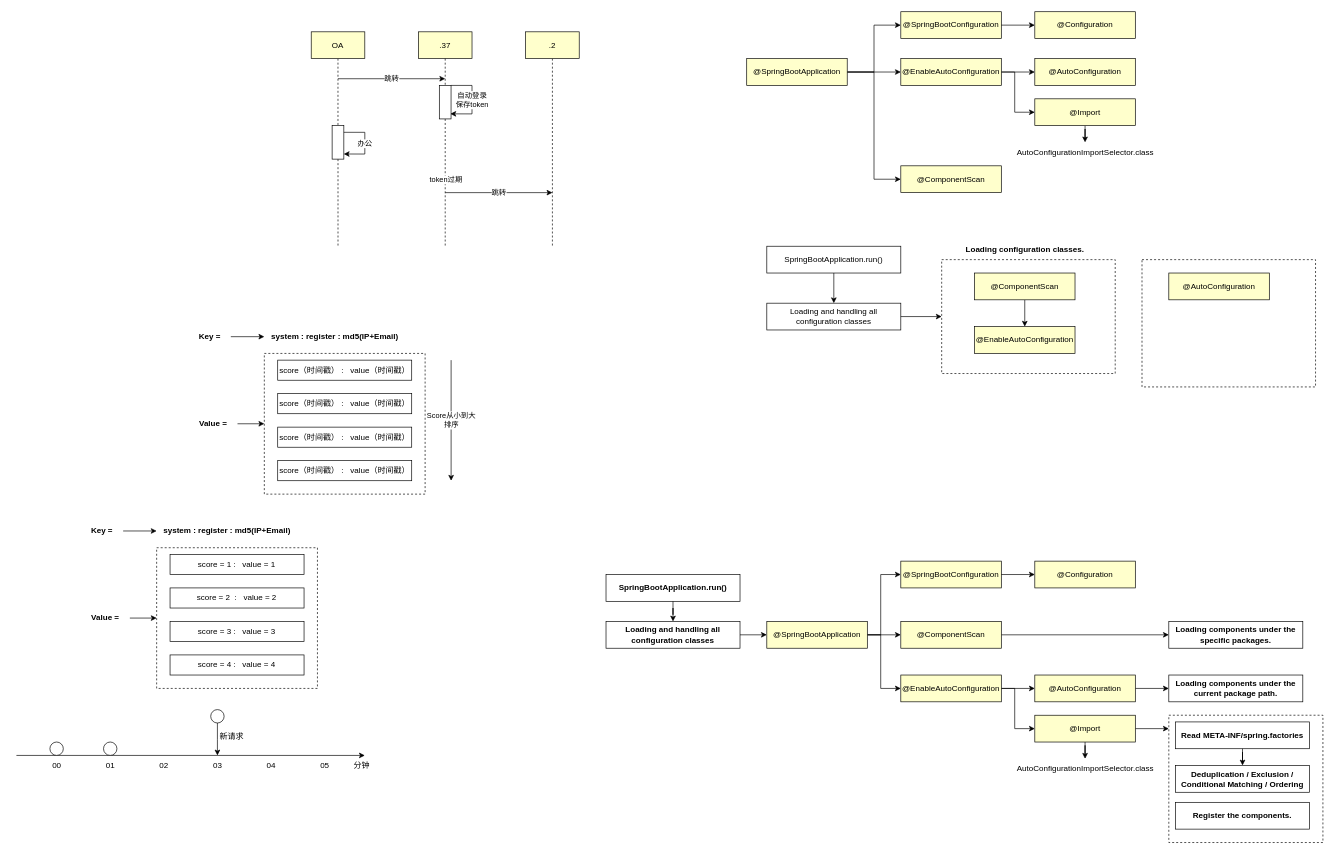
Above: drawio/architecture.drawio in RainbowJier/GeneralLoginModule (draw.io), before the change. Source tidied: cells renumbered, new cells numbered last; positions are measured from the earlier drawing's top-left corner, leaving out a move shared by most shapes. Both pictures are drawn from the tidied source at 67%, with x=0, y=0 at pixel (16, 11).
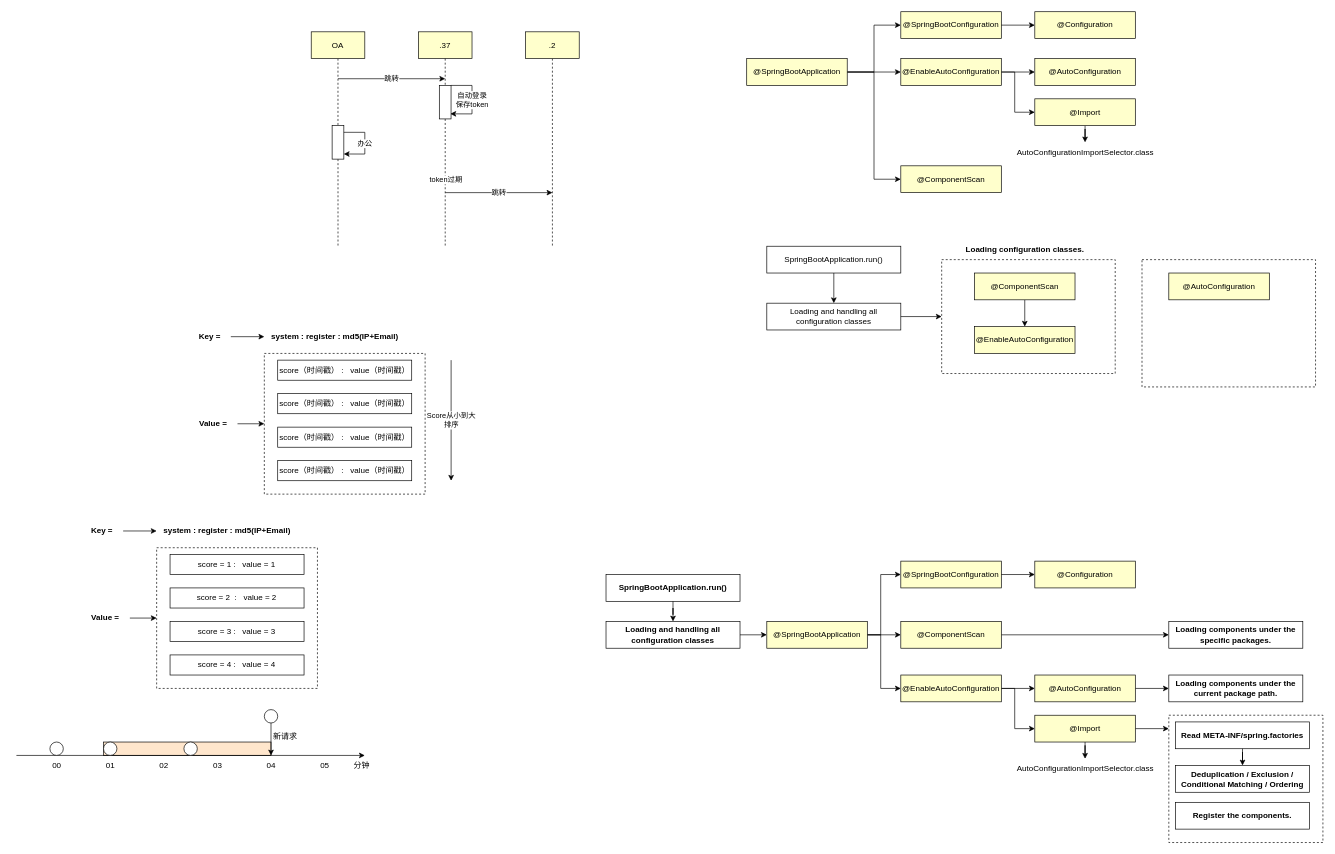
After the change.

Change to the diagram source:
```diff
@@
+    <mxCell id="106" style="rounded=0;whiteSpace=wrap;html=1;fillColor=#FFE6CC;" parent="1" vertex="1">
+      <mxGeometry x="130" y="1090" width="250" height="20" as="geometry" />
+    </mxCell>
@@
     <mxCell id="102" style="ellipse;whiteSpace=wrap;html=1;" parent="1" vertex="1">
-      <mxGeometry x="290" y="1041.6" width="20" height="20" as="geometry" />
+      <mxGeometry x="370" y="1041.6" width="20" height="20" as="geometry" />
     </mxCell>
     <mxCell id="103" style="edgeStyle=orthogonalEdgeStyle;rounded=0;jettySize=auto;html=1;entryX=0.482;entryY=-0.052;entryDx=0;entryDy=0;entryPerimeter=0;" parent="1" edge="1" source="102">
       <mxGeometry relative="1" as="geometry">
-        <mxPoint x="300" y="1110" as="targetPoint" />
+        <mxPoint x="380" y="1110" as="targetPoint" />
       </mxGeometry>
     </mxCell>
     <mxCell id="104" value="新请求" style="text;html=1;align=center;verticalAlign=middle;strokeColor=none;fillColor=none;" parent="1" vertex="1">
-      <mxGeometry x="290.7" y="1066.6" width="60" height="30" as="geometry" />
+      <mxGeometry x="370.7" y="1066.6" width="60" height="30" as="geometry" />
     </mxCell>
@@
+    <mxCell id="107" style="ellipse;whiteSpace=wrap;html=1;" parent="1" vertex="1">
+      <mxGeometry x="250" y="1090" width="20" height="20" as="geometry" />
+    </mxCell>
```
